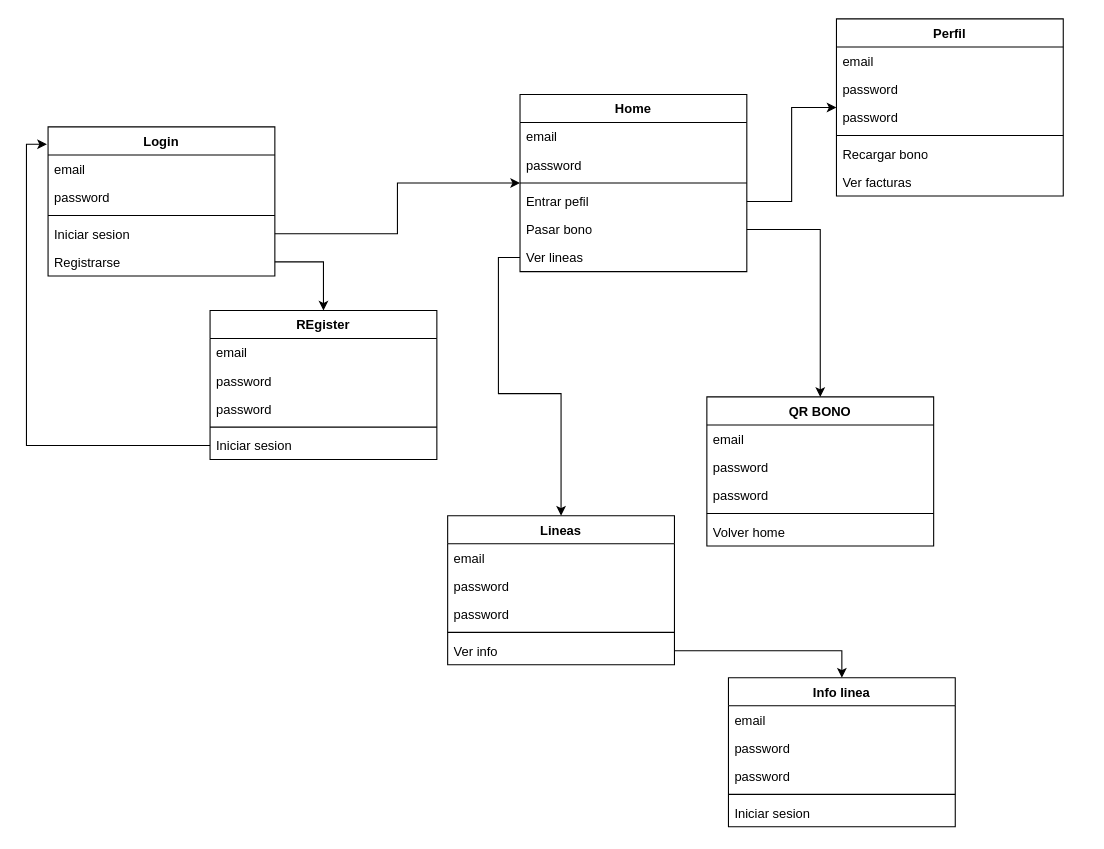
Earlier version of the draw.io diagram UD1TE.drawio (Joelyx/App-Titsa). Source tidied: cells renumbered, new cells numbered last; positions are measured from the earlier drawing's top-left corner, leaving out a move shared by most shapes. Both pictures are drawn from the tidied source at 108%, with x=0, y=0 at pixel (48, 18).
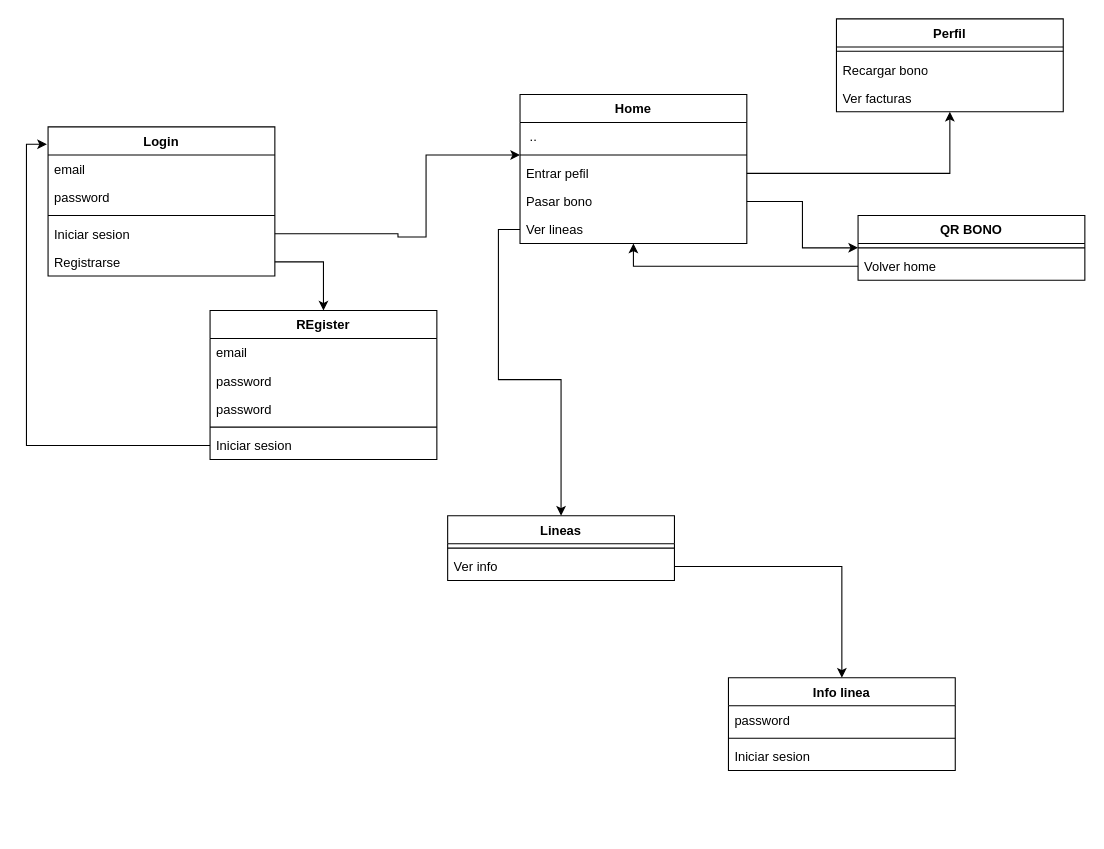
The same diagram, later.

The change refers to these unchanged cells:
```xml
<mxCell id="6" value="Iniciar sesion " style="text;strokeColor=none;fillColor=none;align=left;verticalAlign=top;spacingLeft=4;spacingRight=4;overflow=hidden;points=[[0,0.5],[1,0.5]];portConstraint=eastwest;whiteSpace=wrap;html=1;" parent="2" vertex="1">
  <mxGeometry y="86" width="210" height="26" as="geometry" />
</mxCell>
```

The edit, as a diff of the source:
```diff
@@
     <mxCell id="16" value="Home" style="swimlane;fontStyle=1;align=center;verticalAlign=top;horizontal=1;startSize=26;whiteSpace=wrap;html=1;" parent="1" vertex="1">
-      <mxGeometry x="437" y="70" width="210" height="164" as="geometry" />
+      <mxGeometry x="437" y="70" width="210" height="138" as="geometry" />
     </mxCell>
-    <mxCell id="17" value="email" style="text;strokeColor=none;fillColor=none;align=left;verticalAlign=top;spacingLeft=4;spacingRight=4;overflow=hidden;whiteSpace=wrap;html=1;" parent="16" vertex="1">
-      <mxGeometry y="26" width="210" height="26" as="geometry" />
-    </mxCell>
-    <mxCell id="18" value="password" style="text;strokeColor=none;fillColor=none;align=left;verticalAlign=top;spacingLeft=4;spacingRight=4;overflow=hidden;whiteSpace=wrap;html=1;" parent="16" vertex="1">
-      <mxGeometry y="52" width="210" height="26" as="geometry" />
-    </mxCell>
+    <mxCell id="53" value="&lt;div&gt;&amp;nbsp;..&lt;/div&gt;&lt;div&gt;&lt;br&gt;&lt;/div&gt;" style="text;strokeColor=none;fillColor=none;align=left;verticalAlign=top;spacingLeft=4;spacingRight=4;overflow=hidden;whiteSpace=wrap;html=1;" parent="16" vertex="1">
+      <mxGeometry y="26" width="210" height="26" as="geometry" />
+    </mxCell>
     <mxCell id="19" style="line;strokeWidth=1;fillColor=none;align=left;verticalAlign=middle;spacingTop=-1;spacingLeft=3;spacingRight=3;labelPosition=right;strokeColor=inherit;" parent="16" vertex="1">
-      <mxGeometry y="78" width="210" height="8" as="geometry" />
+      <mxGeometry y="52" width="210" height="8" as="geometry" />
     </mxCell>
     <mxCell id="20" value="Entrar pefil" style="text;strokeColor=none;fillColor=none;align=left;verticalAlign=top;spacingLeft=4;spacingRight=4;overflow=hidden;points=[[0,0.5],[1,0.5]];portConstraint=eastwest;whiteSpace=wrap;html=1;" parent="16" vertex="1">
-      <mxGeometry y="86" width="210" height="26" as="geometry" />
+      <mxGeometry y="60" width="210" height="26" as="geometry" />
     </mxCell>
     <mxCell id="21" value="Pasar bono" style="text;strokeColor=none;fillColor=none;align=left;verticalAlign=top;spacingLeft=4;spacingRight=4;overflow=hidden;points=[[0,0.5],[1,0.5]];portConstraint=eastwest;whiteSpace=wrap;html=1;" parent="16" vertex="1">
-      <mxGeometry y="112" width="210" height="26" as="geometry" />
+      <mxGeometry y="86" width="210" height="26" as="geometry" />
     </mxCell>
     <mxCell id="22" value="Ver lineas" style="text;strokeColor=none;fillColor=none;align=left;verticalAlign=top;spacingLeft=4;spacingRight=4;overflow=hidden;points=[[0,0.5],[1,0.5]];portConstraint=eastwest;whiteSpace=wrap;html=1;" parent="16" vertex="1">
-      <mxGeometry y="138" width="210" height="26" as="geometry" />
+      <mxGeometry y="112" width="210" height="26" as="geometry" />
     </mxCell>
     <mxCell id="23" style="edgeStyle=orthogonalEdgeStyle;rounded=0;jettySize=auto;html=1;" parent="1" edge="1" source="6" target="16">
-      <mxGeometry relative="1" as="geometry" />
+      <mxGeometry relative="1" as="geometry">
+        <Array as="points">
+          <mxPoint x="324" y="199" />
+          <mxPoint x="324" y="202" />
+          <mxPoint x="350" y="202" />
+          <mxPoint x="350" y="126" />
+        </Array>
+      </mxGeometry>
     </mxCell>
     <mxCell id="24" value="Perfil" style="swimlane;fontStyle=1;align=center;verticalAlign=top;horizontal=1;startSize=26;whiteSpace=wrap;html=1;" parent="1" vertex="1">
-      <mxGeometry x="730" width="210" height="164" as="geometry" />
+      <mxGeometry x="730" width="210" height="86" as="geometry" />
     </mxCell>
-    <mxCell id="25" value="email" style="text;strokeColor=none;fillColor=none;align=left;verticalAlign=top;spacingLeft=4;spacingRight=4;overflow=hidden;whiteSpace=wrap;html=1;" parent="24" vertex="1">
-      <mxGeometry y="26" width="210" height="26" as="geometry" />
-    </mxCell>
-    <mxCell id="26" value="password" style="text;strokeColor=none;fillColor=none;align=left;verticalAlign=top;spacingLeft=4;spacingRight=4;overflow=hidden;whiteSpace=wrap;html=1;" parent="24" vertex="1">
-      <mxGeometry y="52" width="210" height="26" as="geometry" />
-    </mxCell>
-    <mxCell id="27" value="password" style="text;strokeColor=none;fillColor=none;align=left;verticalAlign=top;spacingLeft=4;spacingRight=4;overflow=hidden;whiteSpace=wrap;html=1;" parent="24" vertex="1">
-      <mxGeometry y="78" width="210" height="26" as="geometry" />
-    </mxCell>
     <mxCell id="28" style="line;strokeWidth=1;fillColor=none;align=left;verticalAlign=middle;spacingTop=-1;spacingLeft=3;spacingRight=3;labelPosition=right;strokeColor=inherit;" parent="24" vertex="1">
-      <mxGeometry y="104" width="210" height="8" as="geometry" />
+      <mxGeometry y="26" width="210" height="8" as="geometry" />
     </mxCell>
     <mxCell id="29" value="Recargar bono" style="text;strokeColor=none;fillColor=none;align=left;verticalAlign=top;spacingLeft=4;spacingRight=4;overflow=hidden;whiteSpace=wrap;html=1;" parent="24" vertex="1">
-      <mxGeometry y="112" width="210" height="26" as="geometry" />
+      <mxGeometry y="34" width="210" height="26" as="geometry" />
     </mxCell>
     <mxCell id="30" value="Ver facturas" style="text;strokeColor=none;fillColor=none;align=left;verticalAlign=top;spacingLeft=4;spacingRight=4;overflow=hidden;whiteSpace=wrap;html=1;" parent="24" vertex="1">
-      <mxGeometry y="138" width="210" height="26" as="geometry" />
+      <mxGeometry y="60" width="210" height="26" as="geometry" />
     </mxCell>
@@
     <mxCell id="32" value="QR BONO" style="swimlane;fontStyle=1;align=center;verticalAlign=top;horizontal=1;startSize=26;whiteSpace=wrap;html=1;" parent="1" vertex="1">
-      <mxGeometry x="610" y="350" width="210" height="138" as="geometry" />
+      <mxGeometry x="750" y="182" width="210" height="60" as="geometry" />
     </mxCell>
-    <mxCell id="33" value="email" style="text;strokeColor=none;fillColor=none;align=left;verticalAlign=top;spacingLeft=4;spacingRight=4;overflow=hidden;whiteSpace=wrap;html=1;" parent="32" vertex="1">
-      <mxGeometry y="26" width="210" height="26" as="geometry" />
-    </mxCell>
-    <mxCell id="34" value="password" style="text;strokeColor=none;fillColor=none;align=left;verticalAlign=top;spacingLeft=4;spacingRight=4;overflow=hidden;whiteSpace=wrap;html=1;" parent="32" vertex="1">
-      <mxGeometry y="52" width="210" height="26" as="geometry" />
-    </mxCell>
-    <mxCell id="35" value="password" style="text;strokeColor=none;fillColor=none;align=left;verticalAlign=top;spacingLeft=4;spacingRight=4;overflow=hidden;whiteSpace=wrap;html=1;" parent="32" vertex="1">
-      <mxGeometry y="78" width="210" height="26" as="geometry" />
-    </mxCell>
     <mxCell id="36" style="line;strokeWidth=1;fillColor=none;align=left;verticalAlign=middle;spacingTop=-1;spacingLeft=3;spacingRight=3;labelPosition=right;strokeColor=inherit;" parent="32" vertex="1">
-      <mxGeometry y="104" width="210" height="8" as="geometry" />
+      <mxGeometry y="26" width="210" height="8" as="geometry" />
     </mxCell>
     <mxCell id="37" value="Volver home" style="text;strokeColor=none;fillColor=none;align=left;verticalAlign=top;spacingLeft=4;spacingRight=4;overflow=hidden;points=[[0,0.5],[1,0.5]];portConstraint=eastwest;whiteSpace=wrap;html=1;" parent="32" vertex="1">
-      <mxGeometry y="112" width="210" height="26" as="geometry" />
+      <mxGeometry y="34" width="210" height="26" as="geometry" />
     </mxCell>
@@
     <mxCell id="39" value="Lineas" style="swimlane;fontStyle=1;align=center;verticalAlign=top;horizontal=1;startSize=26;whiteSpace=wrap;html=1;" parent="1" vertex="1">
-      <mxGeometry x="370" y="460" width="210" height="138" as="geometry" />
+      <mxGeometry x="370" y="460" width="210" height="60" as="geometry" />
     </mxCell>
-    <mxCell id="40" value="email" style="text;strokeColor=none;fillColor=none;align=left;verticalAlign=top;spacingLeft=4;spacingRight=4;overflow=hidden;whiteSpace=wrap;html=1;" parent="39" vertex="1">
-      <mxGeometry y="26" width="210" height="26" as="geometry" />
-    </mxCell>
-    <mxCell id="41" value="password" style="text;strokeColor=none;fillColor=none;align=left;verticalAlign=top;spacingLeft=4;spacingRight=4;overflow=hidden;whiteSpace=wrap;html=1;" parent="39" vertex="1">
-      <mxGeometry y="52" width="210" height="26" as="geometry" />
-    </mxCell>
-    <mxCell id="42" value="password" style="text;strokeColor=none;fillColor=none;align=left;verticalAlign=top;spacingLeft=4;spacingRight=4;overflow=hidden;whiteSpace=wrap;html=1;" parent="39" vertex="1">
-      <mxGeometry y="78" width="210" height="26" as="geometry" />
-    </mxCell>
     <mxCell id="43" style="line;strokeWidth=1;fillColor=none;align=left;verticalAlign=middle;spacingTop=-1;spacingLeft=3;spacingRight=3;labelPosition=right;strokeColor=inherit;" parent="39" vertex="1">
-      <mxGeometry y="104" width="210" height="8" as="geometry" />
+      <mxGeometry y="26" width="210" height="8" as="geometry" />
     </mxCell>
     <mxCell id="44" value="Ver info" style="text;strokeColor=none;fillColor=none;align=left;verticalAlign=top;spacingLeft=4;spacingRight=4;overflow=hidden;points=[[0,0.5],[1,0.5]];portConstraint=eastwest;whiteSpace=wrap;html=1;" parent="39" vertex="1">
-      <mxGeometry y="112" width="210" height="26" as="geometry" />
+      <mxGeometry y="34" width="210" height="26" as="geometry" />
     </mxCell>
@@
     <mxCell id="46" value="Info linea" style="swimlane;fontStyle=1;align=center;verticalAlign=top;horizontal=1;startSize=26;whiteSpace=wrap;html=1;" parent="1" vertex="1">
-      <mxGeometry x="630" y="610" width="210" height="138" as="geometry" />
+      <mxGeometry x="630" y="610" width="210" height="86" as="geometry" />
     </mxCell>
-    <mxCell id="47" value="email" style="text;strokeColor=none;fillColor=none;align=left;verticalAlign=top;spacingLeft=4;spacingRight=4;overflow=hidden;whiteSpace=wrap;html=1;" parent="46" vertex="1">
-      <mxGeometry y="26" width="210" height="26" as="geometry" />
-    </mxCell>
     <mxCell id="48" value="password" style="text;strokeColor=none;fillColor=none;align=left;verticalAlign=top;spacingLeft=4;spacingRight=4;overflow=hidden;whiteSpace=wrap;html=1;" parent="46" vertex="1">
-      <mxGeometry y="52" width="210" height="26" as="geometry" />
+      <mxGeometry y="26" width="210" height="26" as="geometry" />
     </mxCell>
-    <mxCell id="49" value="password" style="text;strokeColor=none;fillColor=none;align=left;verticalAlign=top;spacingLeft=4;spacingRight=4;overflow=hidden;whiteSpace=wrap;html=1;" parent="46" vertex="1">
-      <mxGeometry y="78" width="210" height="26" as="geometry" />
-    </mxCell>
     <mxCell id="50" style="line;strokeWidth=1;fillColor=none;align=left;verticalAlign=middle;spacingTop=-1;spacingLeft=3;spacingRight=3;labelPosition=right;strokeColor=inherit;" parent="46" vertex="1">
-      <mxGeometry y="104" width="210" height="8" as="geometry" />
+      <mxGeometry y="52" width="210" height="8" as="geometry" />
     </mxCell>
     <mxCell id="51" value="Iniciar sesion " style="text;strokeColor=none;fillColor=none;align=left;verticalAlign=top;spacingLeft=4;spacingRight=4;overflow=hidden;whiteSpace=wrap;html=1;" parent="46" vertex="1">
-      <mxGeometry y="112" width="210" height="26" as="geometry" />
+      <mxGeometry y="60" width="210" height="26" as="geometry" />
     </mxCell>
@@
+    <mxCell id="54" style="edgeStyle=orthogonalEdgeStyle;rounded=0;jettySize=auto;html=1;" parent="1" edge="1" source="37" target="16">
+      <mxGeometry relative="1" as="geometry" />
+    </mxCell>
```
